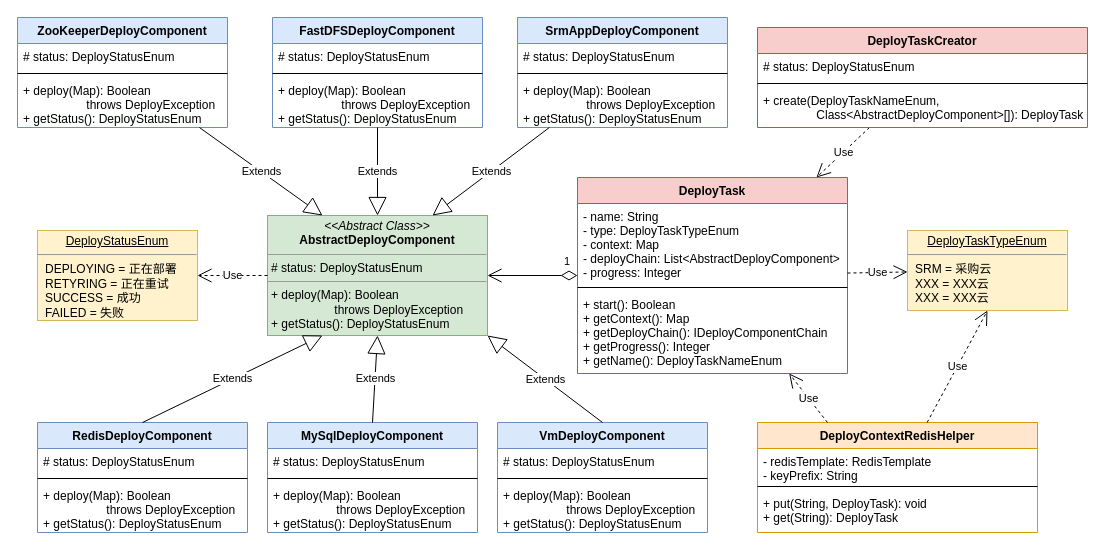
iceAcmen/myDesign keeps this draw.io diagram as page "类图" (1 of 2) of SAAS自动部署.drawio. Above is the earlier version. Source tidied: cells renumbered, new cells numbered last; positions are measured from the earlier drawing's top-left corner, leaving out a move shared by most shapes. Both pictures are drawn from the tidied source at 100%, with x=0, y=0 at pixel (17, 17).
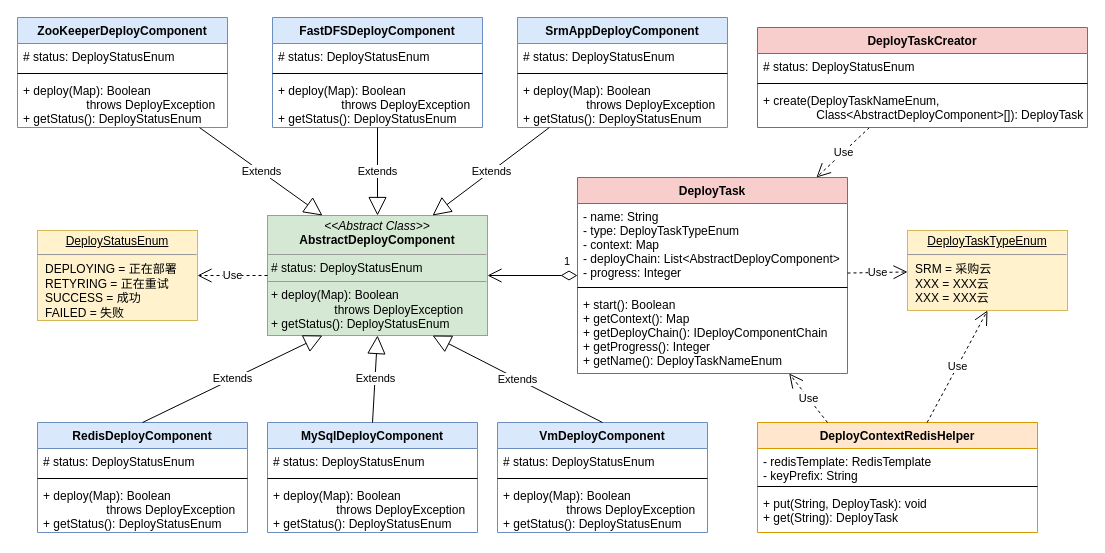
The same diagram, later.

The change refers to these unchanged cells:
```xml
<mxCell id="2" value="&lt;p style=&quot;margin: 0px ; margin-top: 4px ; text-align: center&quot;&gt;&lt;i&gt;&amp;lt;&amp;lt;Abstract Class&amp;gt;&amp;gt;&lt;/i&gt;&lt;br&gt;&lt;b&gt;AbstractDeployComponent&lt;/b&gt;&lt;br&gt;&lt;/p&gt;&lt;hr size=&quot;1&quot;&gt;&lt;p style=&quot;margin: 0px ; margin-left: 4px&quot;&gt;# status: DeployStatusEnum&lt;br&gt;&lt;/p&gt;&lt;hr size=&quot;1&quot;&gt;&lt;p style=&quot;margin: 0px ; margin-left: 4px&quot;&gt;+ deploy(Map): Boolean&lt;/p&gt;&lt;p style=&quot;margin: 0px ; margin-left: 4px&quot;&gt;&amp;nbsp; &amp;nbsp; &amp;nbsp; &amp;nbsp; &amp;nbsp; &amp;nbsp; &amp;nbsp; &amp;nbsp; &amp;nbsp; &amp;nbsp;throws DeployException&lt;/p&gt;&lt;p style=&quot;margin: 0px ; margin-left: 4px&quot;&gt;+ getStatus(): DeployStatusEnum&lt;/p&gt;" style="verticalAlign=top;align=left;overflow=fill;fontSize=12;fontFamily=Helvetica;html=1;fillColor=#d5e8d4;strokeColor=#82b366;" parent="1" vertex="1">
  <mxGeometry x="250" y="198" width="220" height="120" as="geometry" />
</mxCell>
<mxCell id="3" value="VmDeployComponent" style="swimlane;fontStyle=1;align=center;verticalAlign=top;horizontal=1;startSize=26;fillColor=#dae8fc;strokeColor=#6c8ebf;" parent="1" vertex="1">
  <mxGeometry x="480" y="405" width="210" height="110" as="geometry" />
</mxCell>
```

Change to the diagram source:
```diff
@@
-    <mxCell id="7" value="Extends" style="endArrow=block;endSize=16;endFill=0;html=1;fontColor=#000000;exitX=0.5;exitY=0;exitDx=0;exitDy=0;entryX=1;entryY=1;entryDx=0;entryDy=0;" parent="1" edge="1" source="3" target="2">
+    <mxCell id="7" value="Extends" style="endArrow=block;endSize=16;endFill=0;html=1;fontColor=#000000;exitX=0.5;exitY=0;exitDx=0;exitDy=0;entryX=0.75;entryY=1;entryDx=0;entryDy=0;" parent="1" edge="1" source="3" target="2">
       <mxGeometry relative="1" as="geometry" />
     </mxCell>
```
